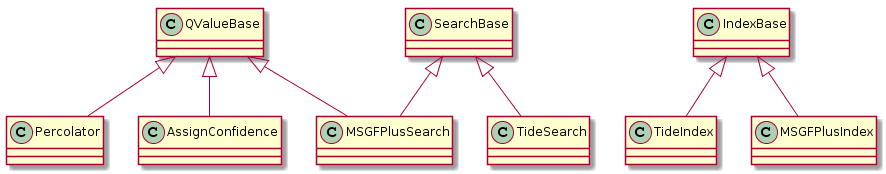
Earlier version of the PlantUML export HierarchicalDatabase.png (mrForce/tidePipeline). The source it was exported from:
```plantuml
@startuml
QValueBase <|-- Percolator
QValueBase <|-- AssignConfidence
QValueBase <|-- MSGFPlusSearch
IndexBase <|-- TideIndex
IndexBase <|-- MSGFPlusIndex
SearchBase <|-- TideSearch
SearchBase <|-- MSGFPlusSearch
@enduml
```
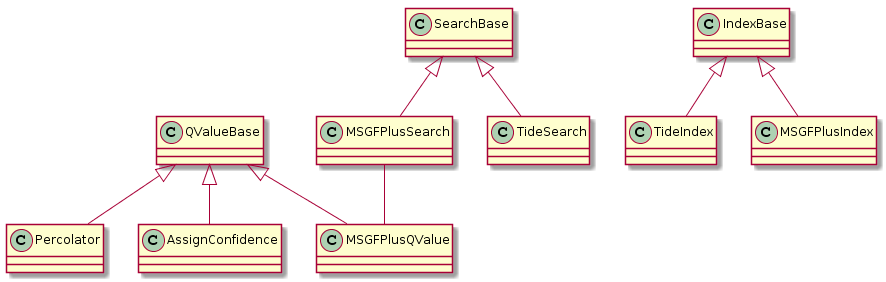
After the commit.

The edit, as a diff of the source:
```diff
@@ -1,9 +1,10 @@
 @startuml
 QValueBase <|-- Percolator
 QValueBase <|-- AssignConfidence
-QValueBase <|-- MSGFPlusSearch
+QValueBase <|-- MSGFPlusQValue
+SearchBase <|-- MSGFPlusSearch
+SearchBase <|-- TideSearch
 IndexBase <|-- TideIndex
 IndexBase <|-- MSGFPlusIndex
-SearchBase <|-- TideSearch
-SearchBase <|-- MSGFPlusSearch
+MSGFPlusSearch -- MSGFPlusQValue
 @enduml
```
